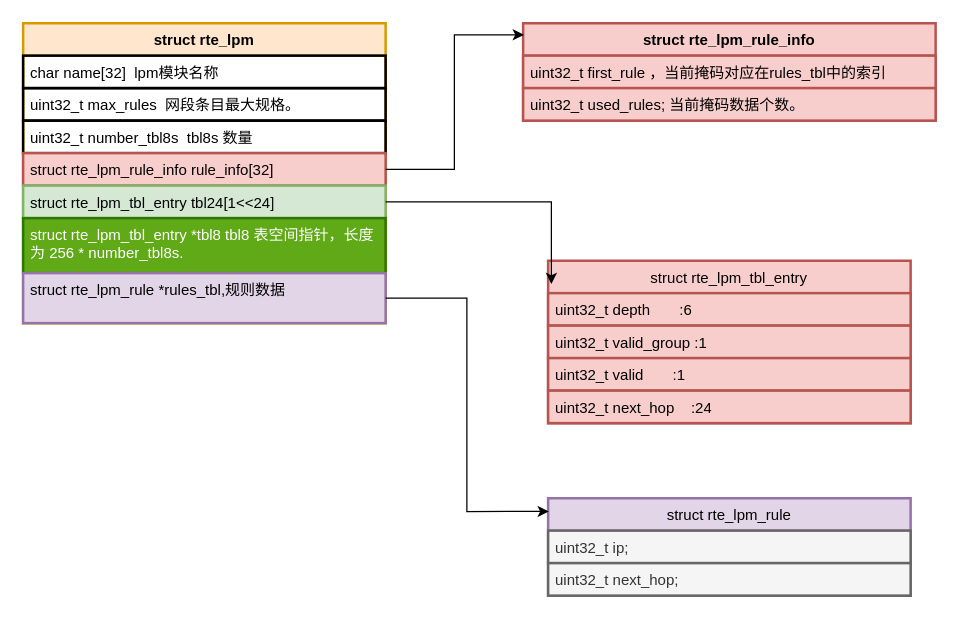
Above: new_map/dpdk lpm.drawio in jin13417/dpdk-vpp-learning (draw.io), before the change. Source tidied: cells renumbered, new cells numbered last; positions are measured from the earlier drawing's top-left corner, leaving out a move shared by most shapes. Both pictures are drawn from the tidied source at 125%, with x=0, y=0 at pixel (22, 22).
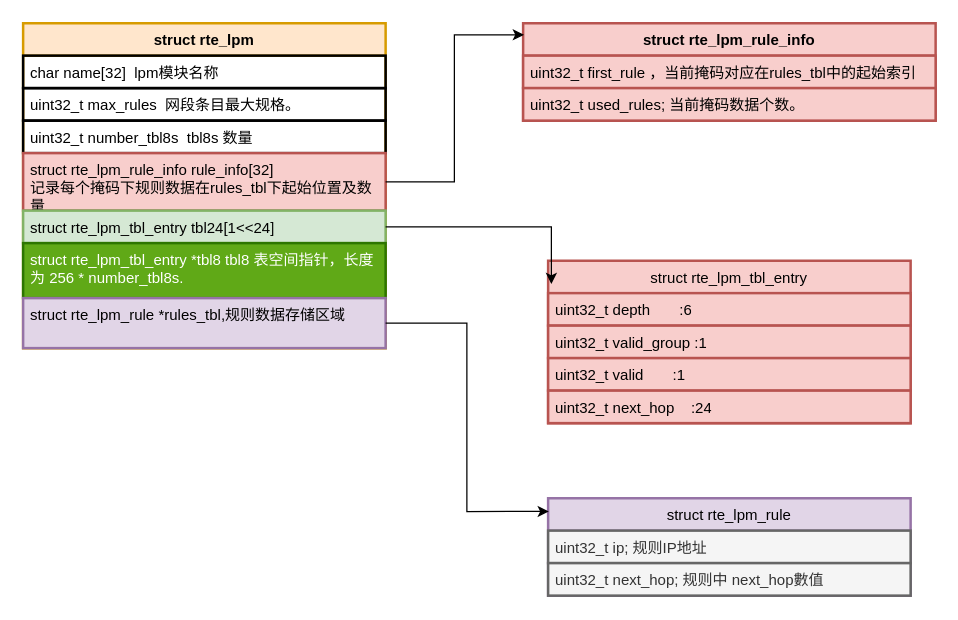
After the change.

Unchanged cells that the change refers to:
```xml
<mxCell id="10" value="struct rte_lpm_rule_info" style="swimlane;fontStyle=1;align=center;verticalAlign=top;horizontal=1;startSize=26;whiteSpace=wrap;html=1;labelBorderColor=none;rounded=0;swimlaneLine=1;strokeWidth=2;fillColor=#f8cecc;strokeColor=#b85450;" parent="1" vertex="1">
  <mxGeometry x="400" width="330" height="78" as="geometry" />
</mxCell>
<mxCell id="20" value="&lt;span style=&quot;font-weight: 400;&quot;&gt;struct rte_lpm_rule&lt;/span&gt;" style="swimlane;fontStyle=1;align=center;verticalAlign=top;horizontal=1;startSize=26;whiteSpace=wrap;html=1;labelBorderColor=none;rounded=0;swimlaneLine=1;strokeWidth=2;fillColor=#e1d5e7;strokeColor=#9673a6;" parent="1" vertex="1">
  <mxGeometry x="420" y="380" width="290" height="78" as="geometry" />
</mxCell>
```

What changed in the source:
```diff
@@
     <mxCell id="2" value="struct rte_lpm" style="swimlane;fontStyle=1;align=center;verticalAlign=top;horizontal=1;startSize=26;whiteSpace=wrap;html=1;labelBorderColor=none;rounded=0;swimlaneLine=1;strokeWidth=2;fillColor=#ffe6cc;strokeColor=#d79b00;" parent="1" vertex="1">
-      <mxGeometry width="290" height="240" as="geometry" />
+      <mxGeometry width="290" height="260" as="geometry" />
     </mxCell>
@@
-    <mxCell id="6" value="struct rte_lpm_rule_info rule_info[32]" style="text;strokeColor=#b85450;fillColor=#f8cecc;align=left;verticalAlign=top;spacingLeft=4;spacingRight=4;overflow=hidden;points=[[0,0.5],[1,0.5]];portConstraint=eastwest;whiteSpace=wrap;html=1;labelBorderColor=none;rounded=0;swimlaneLine=1;strokeWidth=2;" parent="2" vertex="1">
-      <mxGeometry y="104" width="290" height="26" as="geometry" />
+    <mxCell id="6" value="struct rte_lpm_rule_info rule_info[32]&lt;div&gt;记录每个掩码下规则数据在rules_tbl下起始位置及数量&lt;/div&gt;" style="text;strokeColor=#b85450;fillColor=#f8cecc;align=left;verticalAlign=top;spacingLeft=4;spacingRight=4;overflow=hidden;points=[[0,0.5],[1,0.5]];portConstraint=eastwest;whiteSpace=wrap;html=1;labelBorderColor=none;rounded=0;swimlaneLine=1;strokeWidth=2;" parent="2" vertex="1">
+      <mxGeometry y="104" width="290" height="46" as="geometry" />
     </mxCell>
     <mxCell id="7" value="struct rte_lpm_tbl_entry tbl24[1&amp;lt;&amp;lt;24]" style="text;strokeColor=#82b366;fillColor=#d5e8d4;align=left;verticalAlign=top;spacingLeft=4;spacingRight=4;overflow=hidden;points=[[0,0.5],[1,0.5]];portConstraint=eastwest;whiteSpace=wrap;html=1;labelBorderColor=none;rounded=0;swimlaneLine=1;strokeWidth=2;" parent="2" vertex="1">
-      <mxGeometry y="130" width="290" height="26" as="geometry" />
+      <mxGeometry y="150" width="290" height="26" as="geometry" />
     </mxCell>
     <mxCell id="8" value="struct rte_lpm_tbl_entry *tbl8 tbl8 表空间指针，长度为 256 * number_tbl8s." style="text;strokeColor=#2D7600;fillColor=#60a917;align=left;verticalAlign=top;spacingLeft=4;spacingRight=4;overflow=hidden;whiteSpace=wrap;html=1;labelBorderColor=none;rounded=0;swimlaneLine=1;strokeWidth=2;fontColor=#ffffff;" parent="2" vertex="1">
-      <mxGeometry y="156" width="290" height="44" as="geometry" />
+      <mxGeometry y="176" width="290" height="44" as="geometry" />
     </mxCell>
-    <mxCell id="9" value="struct rte_lpm_rule *rules_tbl,规则数据" style="text;strokeColor=#9673a6;fillColor=#e1d5e7;align=left;verticalAlign=top;spacingLeft=4;spacingRight=4;overflow=hidden;points=[[0,0.5],[1,0.5]];portConstraint=eastwest;whiteSpace=wrap;html=1;labelBorderColor=none;rounded=0;swimlaneLine=1;strokeWidth=2;" parent="2" vertex="1">
-      <mxGeometry y="200" width="290" height="40" as="geometry" />
+    <mxCell id="9" value="struct rte_lpm_rule *rules_tbl,规则数据存储区域" style="text;strokeColor=#9673a6;fillColor=#e1d5e7;align=left;verticalAlign=top;spacingLeft=4;spacingRight=4;overflow=hidden;points=[[0,0.5],[1,0.5]];portConstraint=eastwest;whiteSpace=wrap;html=1;labelBorderColor=none;rounded=0;swimlaneLine=1;strokeWidth=2;" parent="2" vertex="1">
+      <mxGeometry y="220" width="290" height="40" as="geometry" />
     </mxCell>
@@
-    <mxCell id="11" value="uint32_t first_rule ，当前掩码对应在rules_tbl中的索引" style="text;strokeColor=#b85450;fillColor=#f8cecc;align=left;verticalAlign=top;spacingLeft=4;spacingRight=4;overflow=hidden;whiteSpace=wrap;html=1;labelBorderColor=none;rounded=0;swimlaneLine=1;strokeWidth=2;" parent="10" vertex="1">
+    <mxCell id="11" value="uint32_t first_rule ，当前掩码对应在rules_tbl中的起始索引" style="text;strokeColor=#b85450;fillColor=#f8cecc;align=left;verticalAlign=top;spacingLeft=4;spacingRight=4;overflow=hidden;whiteSpace=wrap;html=1;labelBorderColor=none;rounded=0;swimlaneLine=1;strokeWidth=2;" parent="10" vertex="1">
       <mxGeometry y="26" width="330" height="26" as="geometry" />
     </mxCell>
@@
-    <mxCell id="21" value="uint32_t ip;" style="text;strokeColor=#666666;fillColor=#f5f5f5;align=left;verticalAlign=top;spacingLeft=4;spacingRight=4;overflow=hidden;whiteSpace=wrap;html=1;labelBorderColor=none;rounded=0;swimlaneLine=1;strokeWidth=2;fontColor=#333333;" parent="20" vertex="1">
+    <mxCell id="21" value="uint32_t ip; 规则IP地址" style="text;strokeColor=#666666;fillColor=#f5f5f5;align=left;verticalAlign=top;spacingLeft=4;spacingRight=4;overflow=hidden;whiteSpace=wrap;html=1;labelBorderColor=none;rounded=0;swimlaneLine=1;strokeWidth=2;fontColor=#333333;" parent="20" vertex="1">
       <mxGeometry y="26" width="290" height="26" as="geometry" />
     </mxCell>
-    <mxCell id="22" value="uint32_t next_hop;" style="text;strokeColor=#666666;fillColor=#f5f5f5;align=left;verticalAlign=top;spacingLeft=4;spacingRight=4;overflow=hidden;whiteSpace=wrap;html=1;labelBorderColor=none;rounded=0;swimlaneLine=1;strokeWidth=2;fontColor=#333333;" parent="20" vertex="1">
+    <mxCell id="22" value="uint32_t next_hop; 规则中 next_hop數值" style="text;strokeColor=#666666;fillColor=#f5f5f5;align=left;verticalAlign=top;spacingLeft=4;spacingRight=4;overflow=hidden;whiteSpace=wrap;html=1;labelBorderColor=none;rounded=0;swimlaneLine=1;strokeWidth=2;fontColor=#333333;" parent="20" vertex="1">
       <mxGeometry y="52" width="290" height="26" as="geometry" />
     </mxCell>
```
